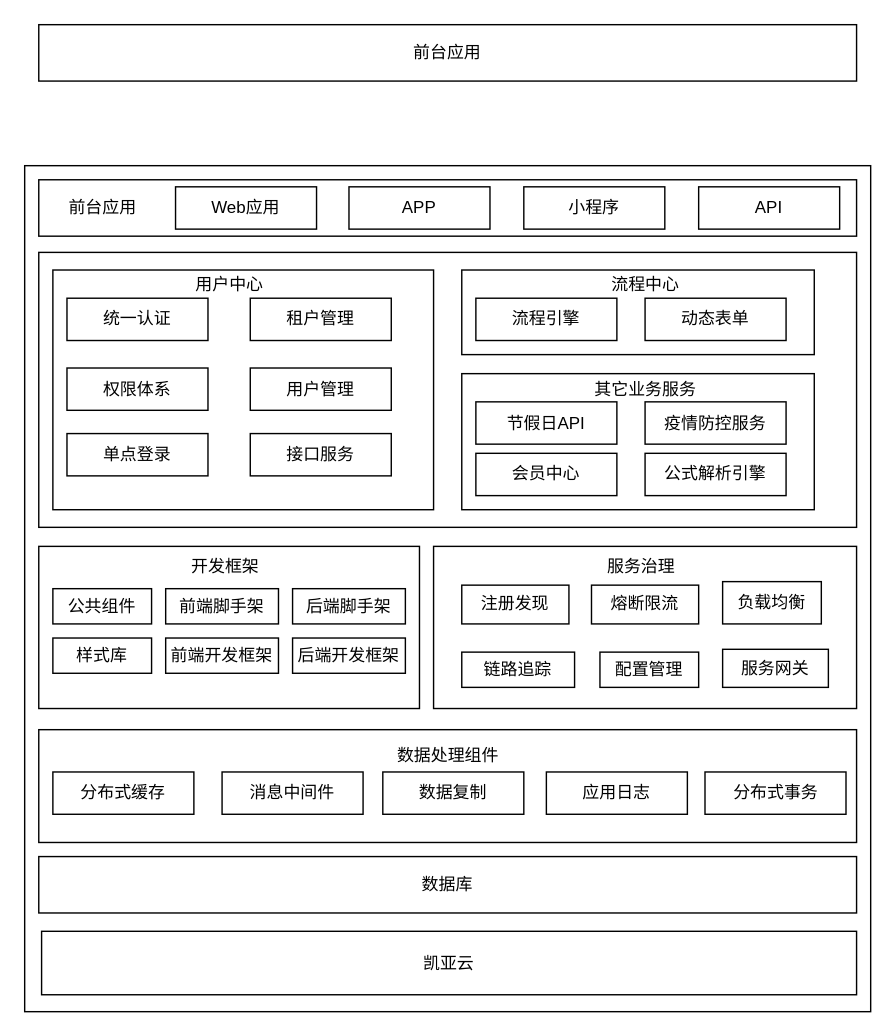
This is page "技术中台" (1 of 3) of sw-architecture.drawio from huyunzhen/diagrams, a draw.io file, before an edit. Source tidied: cells renumbered, new cells numbered last; positions are measured from the earlier drawing's top-left corner, leaving out a move shared by most shapes. Both pictures are drawn from the tidied source at 141%, with x=0, y=0 at pixel (24, 24).
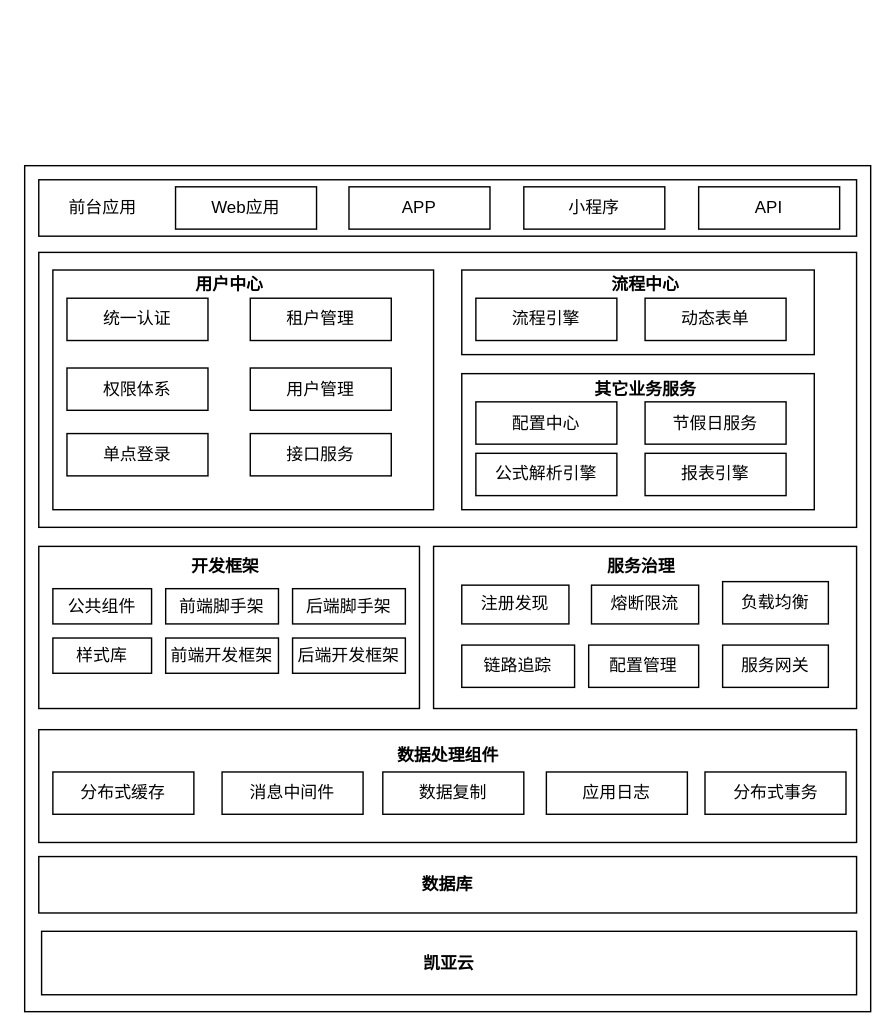
The same page after the edit.

The edit, as a diff of the source:
```diff
@@
-    <mxCell id="4" value="前台应用" style="rounded=0;whiteSpace=wrap;html=1;sketch=0;glass=0;labelBackgroundColor=none;" parent="1" vertex="1">
-      <mxGeometry x="10" width="580" height="40" as="geometry" />
-    </mxCell>
@@
-    <mxCell id="8" value="开发框架" style="text;html=1;align=center;verticalAlign=middle;rounded=0;sketch=0;glass=0;labelBackgroundColor=none;" parent="1" vertex="1">
+    <mxCell id="8" value="开发框架" style="text;html=1;align=center;verticalAlign=middle;rounded=0;sketch=0;glass=0;labelBackgroundColor=none;fontStyle=1;" parent="1" vertex="1">
       <mxGeometry x="107" y="370" width="70" height="30" as="geometry" />
     </mxCell>
@@
     <mxCell id="11" value="负载均衡" style="rounded=0;whiteSpace=wrap;html=1;sketch=0;glass=0;labelBackgroundColor=none;" parent="1" vertex="1">
-      <mxGeometry x="495" y="395" width="70" height="30" as="geometry" />
+      <mxGeometry x="495" y="395" width="75" height="30" as="geometry" />
     </mxCell>
     <mxCell id="12" value="链路追踪" style="rounded=0;whiteSpace=wrap;html=1;sketch=0;glass=0;labelBackgroundColor=none;" parent="1" vertex="1">
-      <mxGeometry x="310" y="445" width="80" height="25" as="geometry" />
+      <mxGeometry x="310" y="440" width="80" height="30" as="geometry" />
     </mxCell>
     <mxCell id="13" value="配置管理" style="rounded=0;whiteSpace=wrap;html=1;sketch=0;glass=0;labelBackgroundColor=none;" parent="1" vertex="1">
-      <mxGeometry x="408" y="445" width="70" height="25" as="geometry" />
+      <mxGeometry x="400" y="440" width="78" height="30" as="geometry" />
     </mxCell>
@@
-    <mxCell id="15" value="数据处理组件" style="text;html=1;align=center;verticalAlign=middle;rounded=0;sketch=0;hachureGap=4;jiggle=2;fontFamily=Architects Daughter;fontSize=12;glass=0;labelBackgroundColor=none;" parent="1" vertex="1">
+    <mxCell id="15" value="数据处理组件" style="text;html=1;align=center;verticalAlign=middle;rounded=0;sketch=0;hachureGap=4;jiggle=2;fontFamily=Architects Daughter;fontSize=12;glass=0;labelBackgroundColor=none;fontStyle=1;" parent="1" vertex="1">
       <mxGeometry x="250" y="505" width="100" height="30" as="geometry" />
     </mxCell>
@@
-    <mxCell id="21" value="服务治理" style="text;html=1;align=center;verticalAlign=middle;rounded=0;sketch=0;glass=0;labelBackgroundColor=none;" parent="1" vertex="1">
+    <mxCell id="21" value="服务治理" style="text;html=1;align=center;verticalAlign=middle;rounded=0;sketch=0;glass=0;labelBackgroundColor=none;fontStyle=1;" parent="1" vertex="1">
       <mxGeometry x="402" y="370" width="70" height="30" as="geometry" />
     </mxCell>
@@
-    <mxCell id="23" value="数据库" style="rounded=0;whiteSpace=wrap;html=1;sketch=0;glass=0;labelBackgroundColor=none;" parent="1" vertex="1">
+    <mxCell id="23" value="数据库" style="rounded=0;whiteSpace=wrap;html=1;sketch=0;glass=0;labelBackgroundColor=none;fontStyle=1;" parent="1" vertex="1">
       <mxGeometry x="10" y="590" width="580" height="40" as="geometry" />
     </mxCell>
-    <mxCell id="24" value="凯亚云" style="rounded=0;whiteSpace=wrap;html=1;sketch=0;glass=0;labelBackgroundColor=none;" parent="1" vertex="1">
+    <mxCell id="24" value="凯亚云" style="rounded=0;whiteSpace=wrap;html=1;sketch=0;glass=0;labelBackgroundColor=none;fontStyle=1;" parent="1" vertex="1">
       <mxGeometry x="12" y="643" width="578" height="45" as="geometry" />
     </mxCell>
     <mxCell id="25" value="服务网关" style="rounded=0;whiteSpace=wrap;html=1;sketch=0;glass=0;labelBackgroundColor=none;" parent="1" vertex="1">
-      <mxGeometry x="495" y="443" width="75" height="27" as="geometry" />
+      <mxGeometry x="495" y="440" width="75" height="30" as="geometry" />
     </mxCell>
@@
-    <mxCell id="35" value="用户中心" style="text;html=1;align=center;verticalAlign=middle;rounded=0;sketch=0;glass=0;labelBackgroundColor=none;" parent="1" vertex="1">
+    <mxCell id="35" value="用户中心" style="text;html=1;align=center;verticalAlign=middle;rounded=0;sketch=0;glass=0;labelBackgroundColor=none;fontStyle=1;" parent="1" vertex="1">
       <mxGeometry x="110" y="170" width="70" height="30" as="geometry" />
     </mxCell>
@@
-    <mxCell id="37" value="流程中心" style="text;html=1;align=center;verticalAlign=middle;rounded=0;sketch=0;glass=0;labelBackgroundColor=none;" parent="1" vertex="1">
+    <mxCell id="37" value="流程中心" style="text;html=1;align=center;verticalAlign=middle;rounded=0;sketch=0;glass=0;labelBackgroundColor=none;fontStyle=1;" parent="1" vertex="1">
       <mxGeometry x="405" y="170" width="70" height="30" as="geometry" />
     </mxCell>
@@
-    <mxCell id="41" value="其它业务服务" style="text;html=1;align=center;verticalAlign=middle;rounded=0;sketch=0;glass=0;labelBackgroundColor=none;" parent="1" vertex="1">
+    <mxCell id="41" value="其它业务服务" style="text;html=1;align=center;verticalAlign=middle;rounded=0;sketch=0;glass=0;labelBackgroundColor=none;fontStyle=1;" parent="1" vertex="1">
       <mxGeometry x="390" y="243.5" width="100" height="30" as="geometry" />
     </mxCell>
-    <mxCell id="42" value="节假日API" style="rounded=0;whiteSpace=wrap;html=1;sketch=0;glass=0;labelBackgroundColor=none;" parent="1" vertex="1">
+    <mxCell id="42" value="配置中心" style="rounded=0;whiteSpace=wrap;html=1;sketch=0;glass=0;labelBackgroundColor=none;" parent="1" vertex="1">
       <mxGeometry x="320" y="267.5" width="100" height="30" as="geometry" />
     </mxCell>
-    <mxCell id="43" value="疫情防控服务" style="rounded=0;whiteSpace=wrap;html=1;sketch=0;glass=0;labelBackgroundColor=none;" parent="1" vertex="1">
+    <mxCell id="43" value="节假日服务" style="rounded=0;whiteSpace=wrap;html=1;sketch=0;glass=0;labelBackgroundColor=none;" parent="1" vertex="1">
       <mxGeometry x="440" y="267.5" width="100" height="30" as="geometry" />
     </mxCell>
-    <mxCell id="44" value="会员中心" style="rounded=0;whiteSpace=wrap;html=1;sketch=0;glass=0;labelBackgroundColor=none;" parent="1" vertex="1">
+    <mxCell id="44" value="公式解析引擎" style="rounded=0;whiteSpace=wrap;html=1;sketch=0;glass=0;labelBackgroundColor=none;" parent="1" vertex="1">
       <mxGeometry x="320" y="304" width="100" height="30" as="geometry" />
     </mxCell>
-    <mxCell id="45" value="公式解析引擎" style="rounded=0;whiteSpace=wrap;html=1;sketch=0;glass=0;labelBackgroundColor=none;" parent="1" vertex="1">
+    <mxCell id="45" value="报表引擎" style="rounded=0;whiteSpace=wrap;html=1;sketch=0;glass=0;labelBackgroundColor=none;" parent="1" vertex="1">
       <mxGeometry x="440" y="304" width="100" height="30" as="geometry" />
     </mxCell>
```
